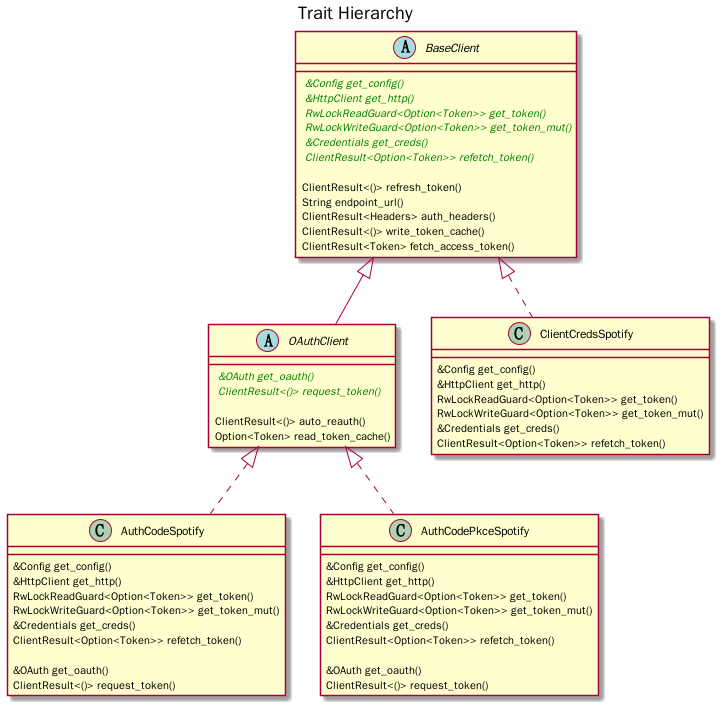
Before: doc/images/trait_hierarchy.png, a diagram exported from PlantUML (ramsayleung/rspotify). The source it was exported from:
```plantuml
@startuml
title Trait Hierarchy
abstract class BaseClient {
<color:green> {abstract} &Config get_config()
<color:green> {abstract} &HttpClient get_http()
<color:green> {abstract} RwLockReadGuard<Option<Token>> get_token()
<color:green> {abstract} RwLockWriteGuard<Option<Token>> get_token_mut()
<color:green> {abstract} &Credentials get_creds()
<color:green> {abstract} ClientResult<Option<Token>> refetch_token()

ClientResult<()> refresh_token()
String endpoint_url()
ClientResult<Headers> auth_headers()
ClientResult<()> write_token_cache()
ClientResult<Token> fetch_access_token()
}

abstract class OAuthClient extends BaseClient{
    <color:green> {abstract} {abstract} &OAuth get_oauth()
    <color:green> {abstract} {abstract} ClientResult<()> request_token()

    ClientResult<()> auto_reauth()
    Option<Token> read_token_cache()
}

class AuthCodeSpotify implements OAuthClient{
&Config get_config()
&HttpClient get_http()
RwLockReadGuard<Option<Token>> get_token()
RwLockWriteGuard<Option<Token>> get_token_mut()
&Credentials get_creds()
ClientResult<Option<Token>> refetch_token()

&OAuth get_oauth()
ClientResult<()> request_token()
}

class AuthCodePkceSpotify implements OAuthClient{
    &Config get_config()
&HttpClient get_http()
RwLockReadGuard<Option<Token>> get_token()
RwLockWriteGuard<Option<Token>> get_token_mut()
&Credentials get_creds()
ClientResult<Option<Token>> refetch_token()

&OAuth get_oauth()
ClientResult<()> request_token()
}

class ClientCredsSpotify implements BaseClient{
&Config get_config()
&HttpClient get_http()
RwLockReadGuard<Option<Token>> get_token()
RwLockWriteGuard<Option<Token>> get_token_mut()
&Credentials get_creds()
ClientResult<Option<Token>> refetch_token()
}
@enduml
```
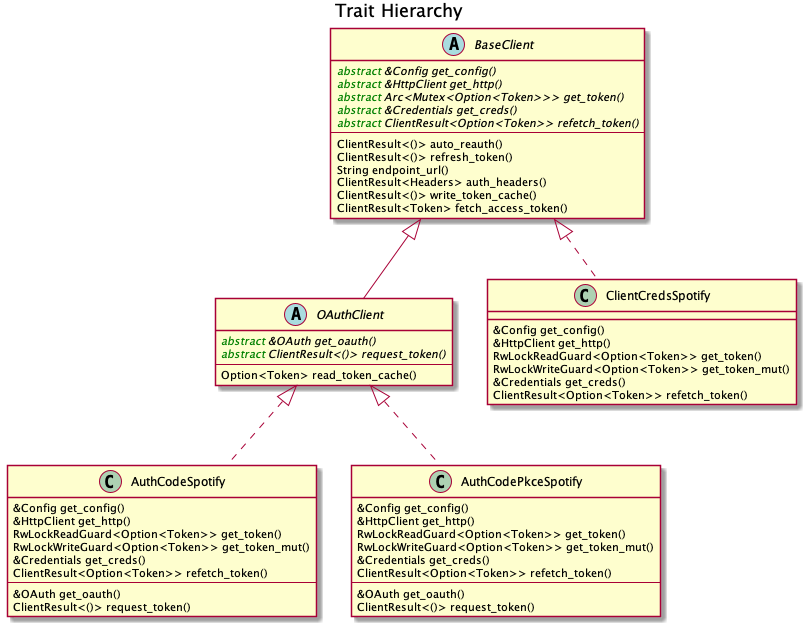
After the commit.

Commit message:
Update trait_hierarchy

What changed in the source:
```diff
@@ -1,58 +1,57 @@
 @startuml
 title Trait Hierarchy
 abstract class BaseClient {
-<color:green> {abstract} &Config get_config()
-<color:green> {abstract} &HttpClient get_http()
-<color:green> {abstract} RwLockReadGuard<Option<Token>> get_token()
-<color:green> {abstract} RwLockWriteGuard<Option<Token>> get_token_mut()
-<color:green> {abstract} &Credentials get_creds()
-<color:green> {abstract} ClientResult<Option<Token>> refetch_token()
-
-ClientResult<()> refresh_token()
-String endpoint_url()
-ClientResult<Headers> auth_headers()
-ClientResult<()> write_token_cache()
-ClientResult<Token> fetch_access_token()
+    <color:green>abstract</color> {abstract} &Config get_config()
+    <color:green>abstract</color> {abstract} &HttpClient get_http()
+    <color:green>abstract</color> {abstract} Arc<Mutex<Option<Token>>> get_token()
+    <color:green>abstract</color> {abstract} &Credentials get_creds()
+    <color:green>abstract</color> {abstract} ClientResult<Option<Token>> refetch_token()
+    ---
+    ClientResult<()> auto_reauth()
+    ClientResult<()> refresh_token()
+    String endpoint_url()
+    ClientResult<Headers> auth_headers()
+    ClientResult<()> write_token_cache()
+    ClientResult<Token> fetch_access_token()
 }
 
 abstract class OAuthClient extends BaseClient{
-    <color:green> {abstract} {abstract} &OAuth get_oauth()
-    <color:green> {abstract} {abstract} ClientResult<()> request_token()
-
-    ClientResult<()> auto_reauth()
+    <color:green>abstract</color> {abstract} &OAuth get_oauth()
+    <color:green>abstract</color> {abstract} ClientResult<()> request_token()
+    ---
     Option<Token> read_token_cache()
 }
 
 class AuthCodeSpotify implements OAuthClient{
-&Config get_config()
-&HttpClient get_http()
-RwLockReadGuard<Option<Token>> get_token()
-RwLockWriteGuard<Option<Token>> get_token_mut()
-&Credentials get_creds()
-ClientResult<Option<Token>> refetch_token()
-
-&OAuth get_oauth()
-ClientResult<()> request_token()
+    &Config get_config()
+    &HttpClient get_http()
+    RwLockReadGuard<Option<Token>> get_token()
+    RwLockWriteGuard<Option<Token>> get_token_mut()
+    &Credentials get_creds()
+    ClientResult<Option<Token>> refetch_token()
+    ---
+    &OAuth get_oauth()
+    ClientResult<()> request_token()
 }
 
 class AuthCodePkceSpotify implements OAuthClient{
     &Config get_config()
-&HttpClient get_http()
-RwLockReadGuard<Option<Token>> get_token()
-RwLockWriteGuard<Option<Token>> get_token_mut()
-&Credentials get_creds()
-ClientResult<Option<Token>> refetch_token()
-
-&OAuth get_oauth()
-ClientResult<()> request_token()
+    &HttpClient get_http()
+    RwLockReadGuard<Option<Token>> get_token()
+    RwLockWriteGuard<Option<Token>> get_token_mut()
+    &Credentials get_creds()
+    ClientResult<Option<Token>> refetch_token()
+    ---
+    &OAuth get_oauth()
+    ClientResult<()> request_token()
 }
 
 class ClientCredsSpotify implements BaseClient{
-&Config get_config()
-&HttpClient get_http()
-RwLockReadGuard<Option<Token>> get_token()
-RwLockWriteGuard<Option<Token>> get_token_mut()
-&Credentials get_creds()
-ClientResult<Option<Token>> refetch_token()
+    &Config get_config()
+    &HttpClient get_http()
+    RwLockReadGuard<Option<Token>> get_token()
+    RwLockWriteGuard<Option<Token>> get_token_mut()
+    &Credentials get_creds()
+    ClientResult<Option<Token>> refetch_token()
 }
 @enduml
```
